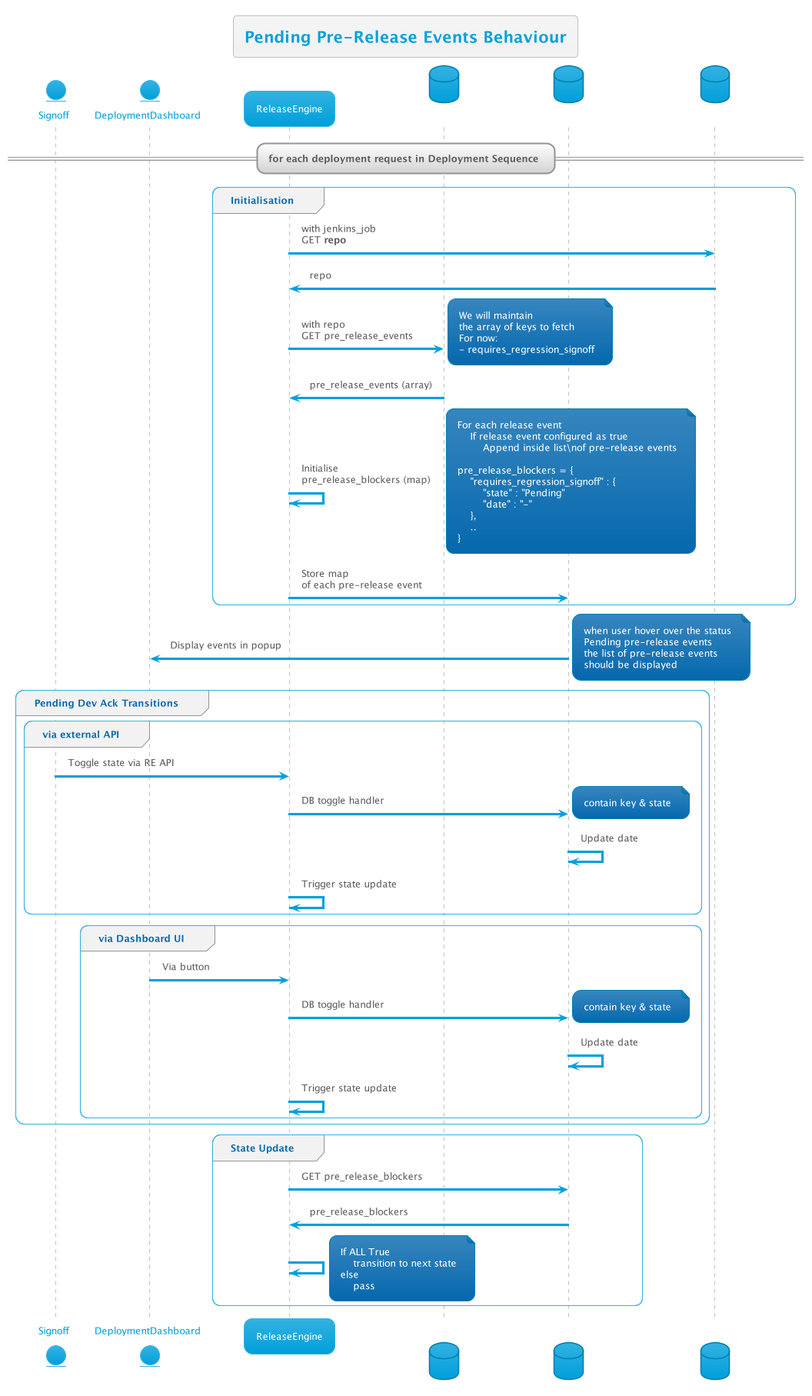
Earlier version of the PlantUML export out/Multi-Day-Deployment/pendingPreReleaseBehaviour/pendingPreReleaseBehaviour.png (thetomitomo/diagrams).
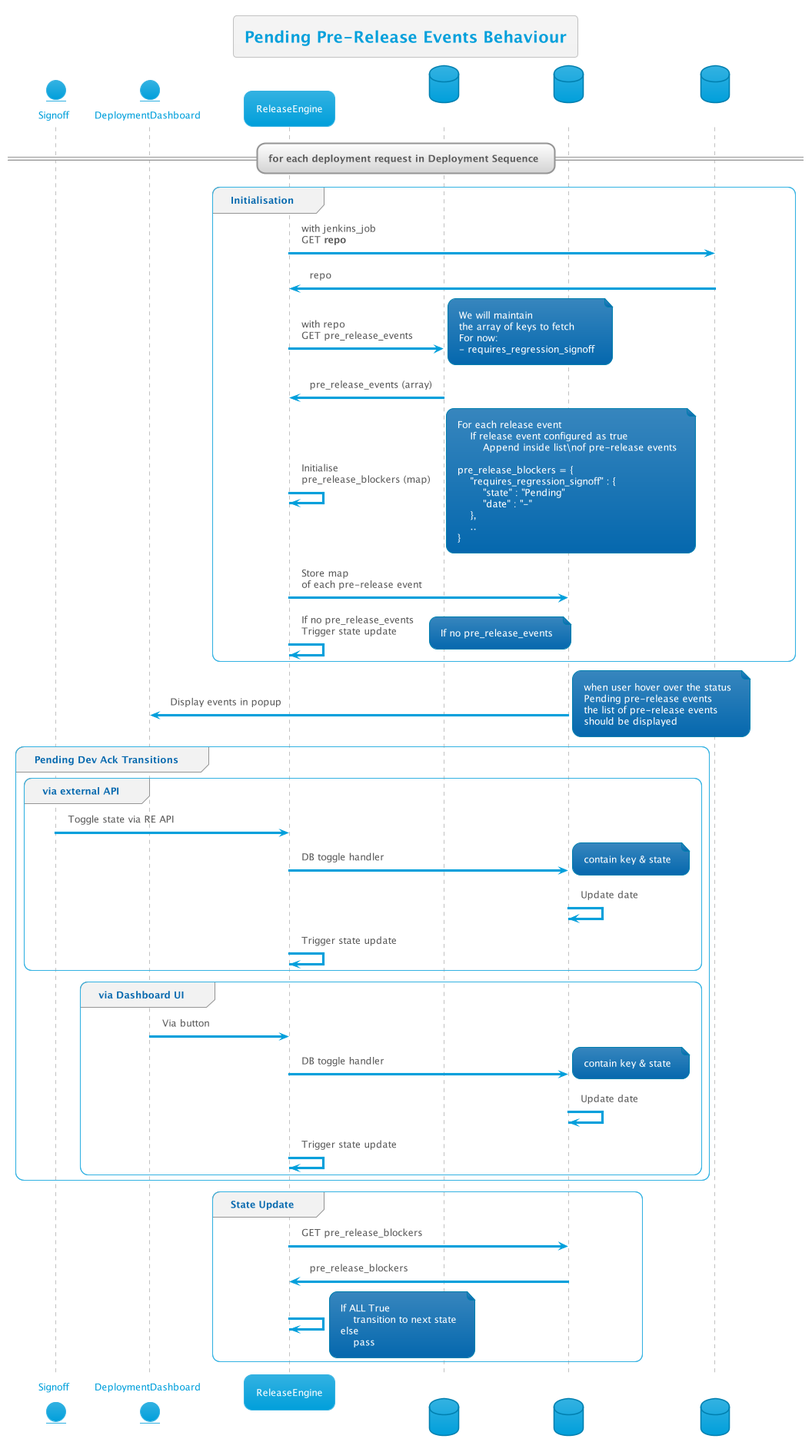
After the commit.

Change to the diagram source:
```diff
@@ -25,6 +25,7 @@
     end note
 
     gitDB -> RE : pre_release_events (array)
+
     RE -> RE : Initialise\npre_release_blockers (map)
     note right
         For each release event
@@ -41,6 +42,12 @@
     end note
 
     RE -> deploymentDB: Store map\nof each pre-release event
+
+    RE -> RE : If no pre_release_events\nTrigger state update
+    note right
+        If no pre_release_events
+    end note
+
 end group
 
     deploymentDB -> DD : Display events in popup
```
